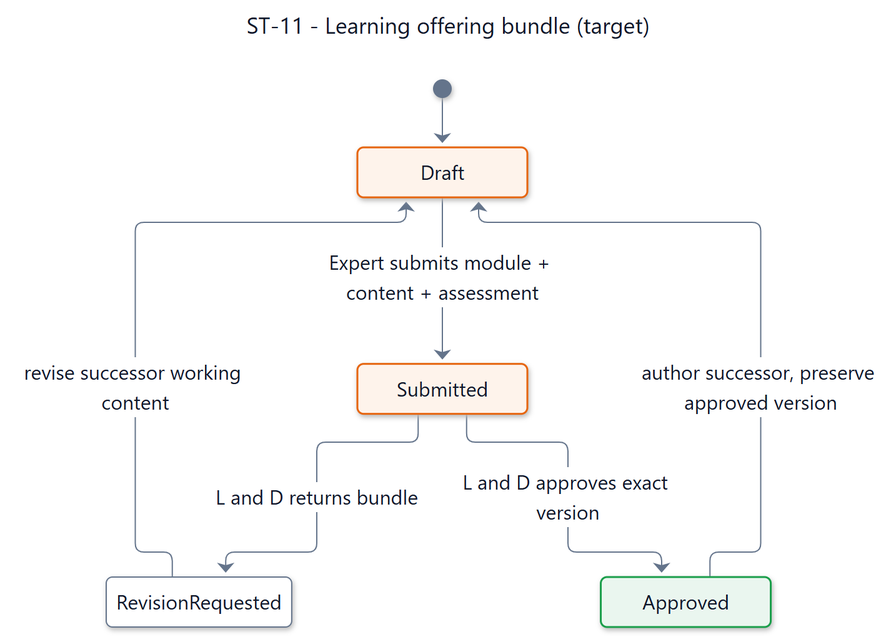
Above: documents/diagrams/mermaid/st-11.png in SEP490-Fall-2026-GFA26SE64/SEP490 (Mermaid), before the change. Its source is kept beside it as documents/diagrams/mermaid/st-11.mmd. The source it was exported from:
```mermaid
---
title: "ST-11 - Learning offering bundle (target)"
config: {"theme":"base","fontFamily":"Segoe UI, Arial, sans-serif","themeVariables":{"fontFamily":"Segoe UI, Arial, sans-serif","fontSize":"16px","primaryColor":"#ffffff","primaryTextColor":"#0f1729","primaryBorderColor":"#64748b","secondaryColor":"#fef3eb","tertiaryColor":"#ffffff","lineColor":"#64748b","textColor":"#0f1729","mainBkg":"#ffffff","background":"#ffffff","clusterBkg":"#ffffff","clusterBorder":"#64748b","edgeLabelBackground":"#ffffff","titleColor":"#0f1729","noteBkgColor":"#fef3eb","noteTextColor":"#0f1729","noteBorderColor":"#e6650f","labelColor":"#0f1729","compositeBackground":"#ffffff","compositeTitleBackground":"#ffffff","compositeBorder":"#64748b","altBackground":"#ffffff","nodeBorder":"#64748b","nodeTextColor":"#0f1729","cScale0":"#ffffff","cScaleLabel0":"#0f1729","cScale1":"#ffffff","cScaleLabel1":"#0f1729","cScale2":"#ffffff","cScaleLabel2":"#0f1729","cScale3":"#ffffff","cScaleLabel3":"#0f1729","cScale4":"#ffffff","cScaleLabel4":"#0f1729","cScale5":"#ffffff","cScaleLabel5":"#0f1729","cScale6":"#ffffff","cScaleLabel6":"#0f1729","cScale7":"#ffffff","cScaleLabel7":"#0f1729","cScale8":"#ffffff","cScaleLabel8":"#0f1729","cScale9":"#ffffff","cScaleLabel9":"#0f1729","cScale10":"#ffffff","cScaleLabel10":"#0f1729","cScale11":"#ffffff","cScaleLabel11":"#0f1729","secondaryBorderColor":"#64748b","tertiaryBorderColor":"#64748b","secondaryTextColor":"#0f1729","tertiaryTextColor":"#0f1729"},"state":{"nodeSpacing":42,"rankSpacing":64,"padding":16,"fontSize":16,"wrappingWidth":250}}
---
stateDiagram-v2
  state "Draft" as SDD_ST_11_Draft
  state "Submitted" as SDD_ST_11_Submitted
  state "RevisionRequested" as SDD_ST_11_RevisionRequested
  state "Approved" as SDD_ST_11_Approved
  [*] --> SDD_ST_11_Draft
  SDD_ST_11_Draft --> SDD_ST_11_Submitted : Expert submits module + content + assessment
  SDD_ST_11_Submitted --> SDD_ST_11_RevisionRequested : L and D returns bundle
  SDD_ST_11_RevisionRequested --> SDD_ST_11_Draft : revise successor working content
  SDD_ST_11_Submitted --> SDD_ST_11_Approved : L and D approves exact version
  SDD_ST_11_Approved --> SDD_ST_11_Draft : author successor, preserve approved version

  classDef accepted fill:#eaf6ef,stroke:#1a9e4a,color:#0f1729,stroke-width:1.5px
  class SDD_ST_11_Approved accepted

  classDef working fill:#fef3eb,stroke:#e6650f,color:#0f1729,stroke-width:1.5px
  class SDD_ST_11_Draft,SDD_ST_11_Submitted working
```
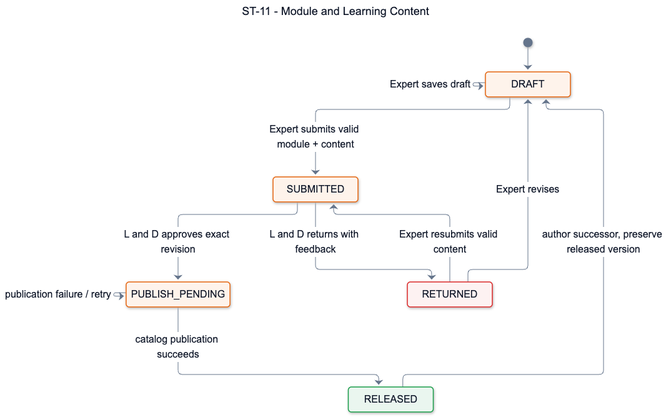
Above is the later version.

Change to the diagram source:
```diff
@@ -1,21 +1,27 @@
 ---
-title: "ST-11 - Learning offering bundle (target)"
+title: "ST-11 - Module and Learning Content"
 config: {"theme":"base","fontFamily":"Segoe UI, Arial, sans-serif","themeVariables":{"fontFamily":"Segoe UI, Arial, sans-serif","fontSize":"16px","primaryColor":"#ffffff","primaryTextColor":"#0f1729","primaryBorderColor":"#64748b","secondaryColor":"#fef3eb","tertiaryColor":"#ffffff","lineColor":"#64748b","textColor":"#0f1729","mainBkg":"#ffffff","background":"#ffffff","clusterBkg":"#ffffff","clusterBorder":"#64748b","edgeLabelBackground":"#ffffff","titleColor":"#0f1729","noteBkgColor":"#fef3eb","noteTextColor":"#0f1729","noteBorderColor":"#e6650f","labelColor":"#0f1729","compositeBackground":"#ffffff","compositeTitleBackground":"#ffffff","compositeBorder":"#64748b","altBackground":"#ffffff","nodeBorder":"#64748b","nodeTextColor":"#0f1729","cScale0":"#ffffff","cScaleLabel0":"#0f1729","cScale1":"#ffffff","cScaleLabel1":"#0f1729","cScale2":"#ffffff","cScaleLabel2":"#0f1729","cScale3":"#ffffff","cScaleLabel3":"#0f1729","cScale4":"#ffffff","cScaleLabel4":"#0f1729","cScale5":"#ffffff","cScaleLabel5":"#0f1729","cScale6":"#ffffff","cScaleLabel6":"#0f1729","cScale7":"#ffffff","cScaleLabel7":"#0f1729","cScale8":"#ffffff","cScaleLabel8":"#0f1729","cScale9":"#ffffff","cScaleLabel9":"#0f1729","cScale10":"#ffffff","cScaleLabel10":"#0f1729","cScale11":"#ffffff","cScaleLabel11":"#0f1729","secondaryBorderColor":"#64748b","tertiaryBorderColor":"#64748b","secondaryTextColor":"#0f1729","tertiaryTextColor":"#0f1729"},"state":{"nodeSpacing":42,"rankSpacing":64,"padding":16,"fontSize":16,"wrappingWidth":250}}
 ---
 stateDiagram-v2
-  state "Draft" as SDD_ST_11_Draft
-  state "Submitted" as SDD_ST_11_Submitted
-  state "RevisionRequested" as SDD_ST_11_RevisionRequested
-  state "Approved" as SDD_ST_11_Approved
+  state "DRAFT" as SDD_ST_11_Draft
+  state "SUBMITTED" as SDD_ST_11_Submitted
+  state "RETURNED" as SDD_ST_11_Returned
+  state "PUBLISH_PENDING" as SDD_ST_11_PublishPending
+  state "RELEASED" as SDD_ST_11_Released
   [*] --> SDD_ST_11_Draft
-  SDD_ST_11_Draft --> SDD_ST_11_Submitted : Expert submits module + content + assessment
-  SDD_ST_11_Submitted --> SDD_ST_11_RevisionRequested : L and D returns bundle
-  SDD_ST_11_RevisionRequested --> SDD_ST_11_Draft : revise successor working content
-  SDD_ST_11_Submitted --> SDD_ST_11_Approved : L and D approves exact version
-  SDD_ST_11_Approved --> SDD_ST_11_Draft : author successor, preserve approved version
-
-  classDef accepted fill:#eaf6ef,stroke:#1a9e4a,color:#0f1729,stroke-width:1.5px
-  class SDD_ST_11_Approved accepted
+  SDD_ST_11_Draft --> SDD_ST_11_Draft : Expert saves draft
+  SDD_ST_11_Draft --> SDD_ST_11_Submitted : Expert submits valid module + content
+  SDD_ST_11_Submitted --> SDD_ST_11_Returned : L and D returns with feedback
+  SDD_ST_11_Returned --> SDD_ST_11_Draft : Expert revises
+  SDD_ST_11_Returned --> SDD_ST_11_Submitted : Expert resubmits valid content
+  SDD_ST_11_Submitted --> SDD_ST_11_PublishPending : L and D approves exact revision
+  SDD_ST_11_PublishPending --> SDD_ST_11_PublishPending : publication failure / retry
+  SDD_ST_11_PublishPending --> SDD_ST_11_Released : catalog publication succeeds
+  SDD_ST_11_Released --> SDD_ST_11_Draft : author successor, preserve released version
 
   classDef working fill:#fef3eb,stroke:#e6650f,color:#0f1729,stroke-width:1.5px
-  class SDD_ST_11_Draft,SDD_ST_11_Submitted working
+  classDef accepted fill:#eaf6ef,stroke:#1a9e4a,color:#0f1729,stroke-width:1.5px
+  classDef attention fill:#fdf2f2,stroke:#dc2828,color:#0f1729,stroke-width:1.5px
+  class SDD_ST_11_Draft,SDD_ST_11_Submitted,SDD_ST_11_PublishPending working
+  class SDD_ST_11_Returned attention
+  class SDD_ST_11_Released accepted
```
